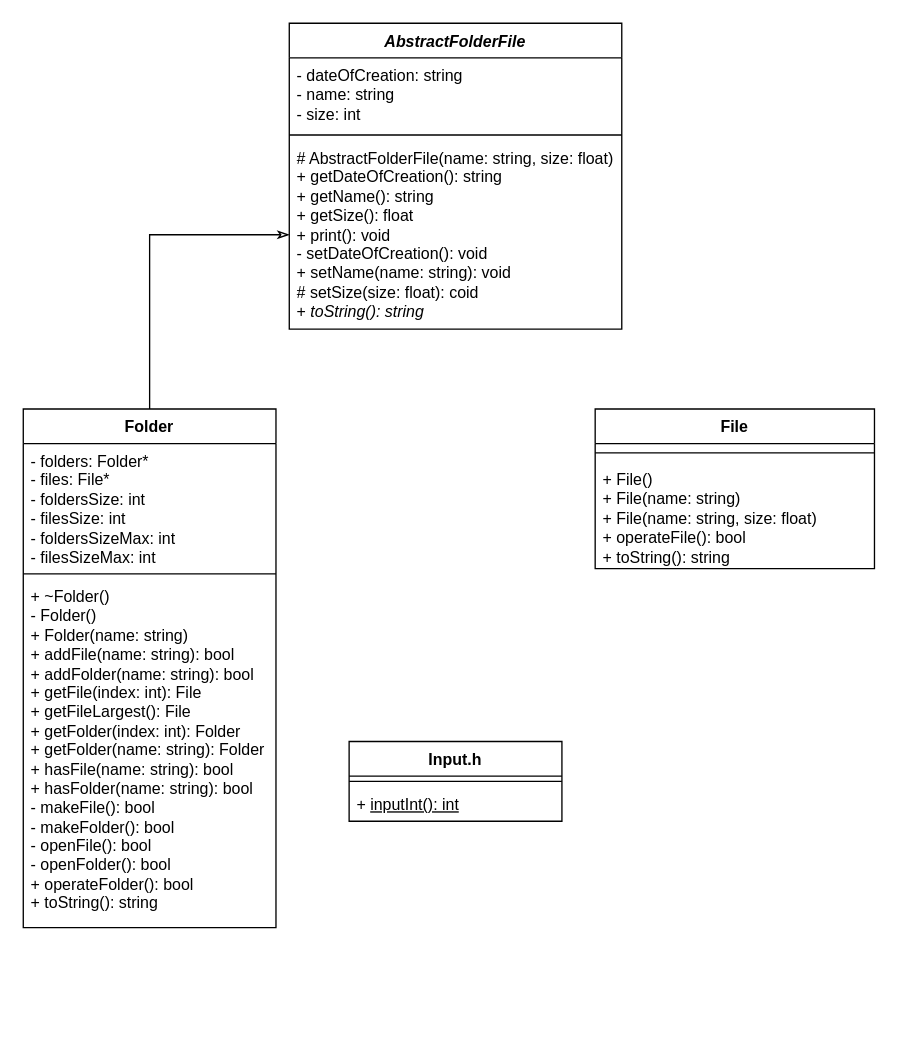
Before: ClassDiagram.drawio in herrkrabbe/Programming-1-Compulsory-3, a draw.io diagram. Source tidied: cells renumbered, new cells numbered last; positions are measured from the earlier drawing's top-left corner, leaving out a move shared by most shapes. Both pictures are drawn from the tidied source at 133%, with x=0, y=0 at pixel (23, 23).
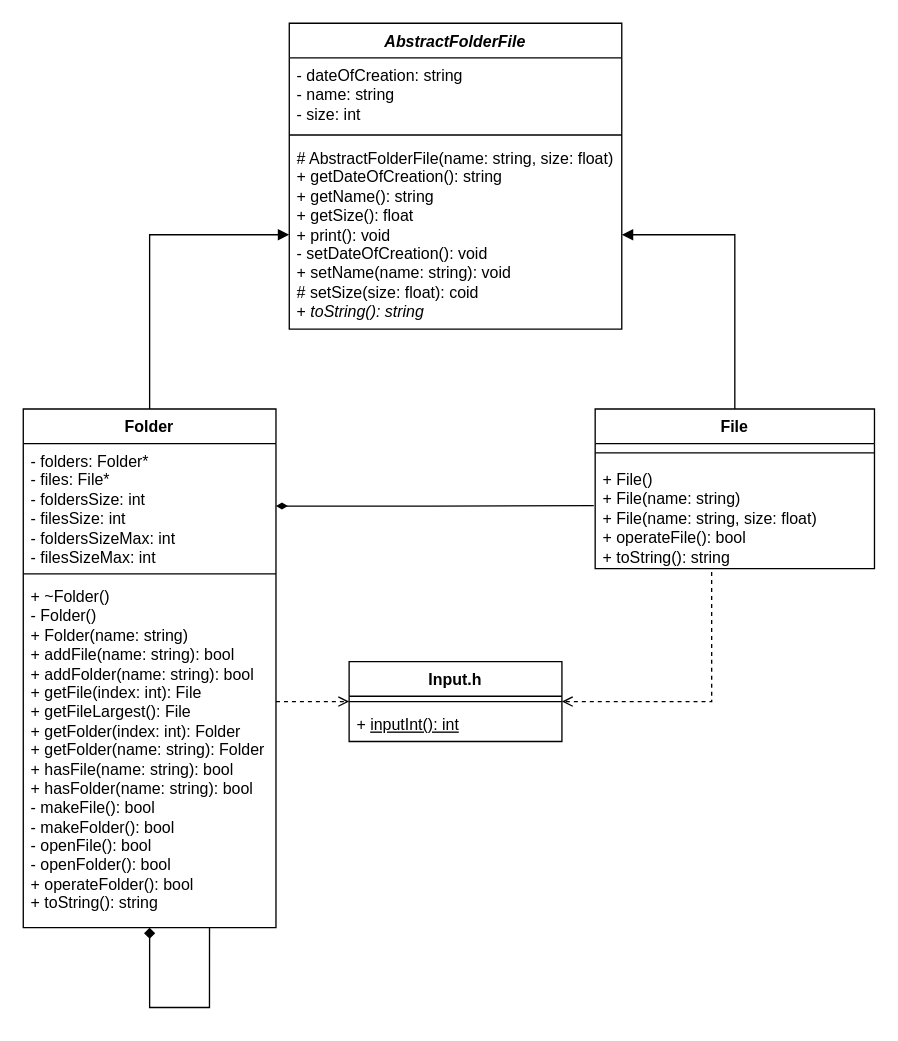
Above is the later version.

The change refers to these unchanged cells:
```xml
<mxCell id="5" value="# AbstractFolderFile(name: string, size: float)&lt;br&gt;+ getDateOfCreation(): string&lt;br&gt;+ getName(): string&lt;br&gt;+ getSize(): float&lt;br&gt;+ print(): void&lt;br&gt;- setDateOfCreation(): void&lt;br&gt;+ setName(name: string): void&lt;br&gt;# setSize(size: float): coid&lt;br&gt;+ &lt;i&gt;toString(): string&lt;/i&gt;" style="text;strokeColor=none;fillColor=none;align=left;verticalAlign=top;spacingLeft=4;spacingRight=4;overflow=hidden;points=[[0,0.5],[1,0.5]];portConstraint=eastwest;whiteSpace=wrap;html=1;" parent="2" vertex="1">
  <mxGeometry y="88" width="250" height="142" as="geometry" />
</mxCell>
<mxCell id="7" value="Folder" style="swimlane;fontStyle=1;align=center;verticalAlign=top;horizontal=1;startSize=26;whiteSpace=wrap;html=1;" parent="1" vertex="1">
  <mxGeometry y="290" width="190" height="390" as="geometry" />
</mxCell>
<mxCell id="8" value="- folders: Folder*&lt;br&gt;- files: File*&lt;br&gt;- foldersSize: int&lt;br&gt;- filesSize: int&lt;br&gt;- foldersSizeMax: int&lt;br&gt;- filesSizeMax: int" style="text;strokeColor=none;fillColor=none;align=left;verticalAlign=top;spacingLeft=4;spacingRight=4;overflow=hidden;points=[[0,0.5],[1,0.5]];portConstraint=eastwest;whiteSpace=wrap;html=1;" parent="7" vertex="1">
  <mxGeometry y="26" width="190" height="94" as="geometry" />
</mxCell>
<mxCell id="10" value="+ ~Folder()&lt;br&gt;- Folder()&lt;br&gt;+ Folder(name: string)&lt;br&gt;+ addFile(name: string): bool&lt;br&gt;+ addFolder(name: string): bool&lt;br&gt;+ getFile(index: int): File&lt;br&gt;+ getFileLargest(): File&lt;br&gt;+ getFolder(index: int): Folder&lt;br&gt;+ getFolder(name: string): Folder&lt;br&gt;+ hasFile(name: string): bool&lt;br&gt;+ hasFolder(name: string): bool&lt;br&gt;- makeFile(): bool&lt;br&gt;- makeFolder(): bool&lt;br&gt;- openFile(): bool&lt;br&gt;- openFolder(): bool&lt;br&gt;+ operateFolder(): bool&lt;br&gt;+ toString(): string" style="text;strokeColor=none;fillColor=none;align=left;verticalAlign=top;spacingLeft=4;spacingRight=4;overflow=hidden;points=[[0,0.5],[1,0.5]];portConstraint=eastwest;whiteSpace=wrap;html=1;" parent="7" vertex="1">
  <mxGeometry y="128" width="190" height="262" as="geometry" />
</mxCell>
<mxCell id="11" value="File" style="swimlane;fontStyle=1;align=center;verticalAlign=top;horizontal=1;startSize=26;whiteSpace=wrap;html=1;" parent="1" vertex="1">
  <mxGeometry x="430" y="290" width="210" height="120" as="geometry" />
</mxCell>
<mxCell id="13" value="+ File()&lt;br&gt;+ File(name: string)&lt;br&gt;+ File(name: string, size: float)&lt;br&gt;+ operateFile(): bool&lt;br&gt;+ toString(): string" style="text;strokeColor=none;fillColor=none;align=left;verticalAlign=top;spacingLeft=4;spacingRight=4;overflow=hidden;points=[[0,0.5],[1,0.5]];portConstraint=eastwest;whiteSpace=wrap;html=1;" parent="11" vertex="1">
  <mxGeometry y="40" width="210" height="80" as="geometry" />
</mxCell>
```

What changed in the source:
```diff
@@
-    <mxCell id="6" style="edgeStyle=orthogonalEdgeStyle;rounded=0;jettySize=auto;html=1;exitX=0.5;exitY=0;exitDx=0;exitDy=0;entryX=0;entryY=0.5;entryDx=0;entryDy=0;endArrow=classicThin;endFill=0;" parent="1" edge="1" source="7" target="5">
+    <mxCell id="6" style="edgeStyle=orthogonalEdgeStyle;rounded=0;jettySize=auto;html=1;exitX=0.5;exitY=0;exitDx=0;exitDy=0;entryX=0;entryY=0.5;entryDx=0;entryDy=0;endArrow=block;endFill=1;" parent="1" edge="1" source="7" target="5">
       <mxGeometry relative="1" as="geometry" />
     </mxCell>
@@
+    <mxCell id="17" style="edgeStyle=orthogonalEdgeStyle;rounded=0;jettySize=auto;html=1;entryX=0.737;entryY=1;entryDx=0;entryDy=0;entryPerimeter=0;startArrow=diamond;startFill=1;endArrow=none;endFill=0;" parent="7" edge="1" source="7" target="10">
+      <mxGeometry relative="1" as="geometry">
+        <Array as="points">
+          <mxPoint x="95" y="450" />
+          <mxPoint x="140" y="450" />
+        </Array>
+      </mxGeometry>
+    </mxCell>
+    <mxCell id="18" style="edgeStyle=orthogonalEdgeStyle;rounded=0;jettySize=auto;html=1;exitX=0.5;exitY=0;exitDx=0;exitDy=0;entryX=1;entryY=0.5;entryDx=0;entryDy=0;endArrow=block;endFill=1;" parent="1" edge="1" source="11" target="5">
+      <mxGeometry relative="1" as="geometry" />
+    </mxCell>
@@
     <mxCell id="14" value="Input.h" style="swimlane;fontStyle=1;align=center;verticalAlign=top;horizontal=1;startSize=26;whiteSpace=wrap;html=1;" parent="1" vertex="1">
-      <mxGeometry x="245" y="540" width="160" height="60" as="geometry" />
+      <mxGeometry x="245" y="480" width="160" height="60" as="geometry" />
     </mxCell>
@@
+    <mxCell id="19" style="edgeStyle=orthogonalEdgeStyle;rounded=0;jettySize=auto;html=1;exitX=1;exitY=0.5;exitDx=0;exitDy=0;entryX=-0.005;entryY=0.408;entryDx=0;entryDy=0;entryPerimeter=0;startArrow=diamondThin;startFill=1;endArrow=none;endFill=0;" parent="1" edge="1" source="8" target="13">
+      <mxGeometry relative="1" as="geometry" />
+    </mxCell>
+    <mxCell id="20" style="edgeStyle=orthogonalEdgeStyle;rounded=0;jettySize=auto;html=1;entryX=0;entryY=0.5;entryDx=0;entryDy=0;dashed=1;endArrow=open;endFill=0;" parent="1" edge="1" target="14">
+      <mxGeometry relative="1" as="geometry">
+        <mxPoint x="190" y="510" as="sourcePoint" />
+        <Array as="points">
+          <mxPoint x="190" y="510" />
+        </Array>
+      </mxGeometry>
+    </mxCell>
+    <mxCell id="21" style="edgeStyle=orthogonalEdgeStyle;rounded=0;jettySize=auto;html=1;exitX=0.417;exitY=1.033;exitDx=0;exitDy=0;entryX=1;entryY=0.5;entryDx=0;entryDy=0;dashed=1;endArrow=open;endFill=0;exitPerimeter=0;" parent="1" edge="1" source="13" target="14">
+      <mxGeometry relative="1" as="geometry">
+        <Array as="points">
+          <mxPoint x="518" y="510" />
+        </Array>
+      </mxGeometry>
+    </mxCell>
```
